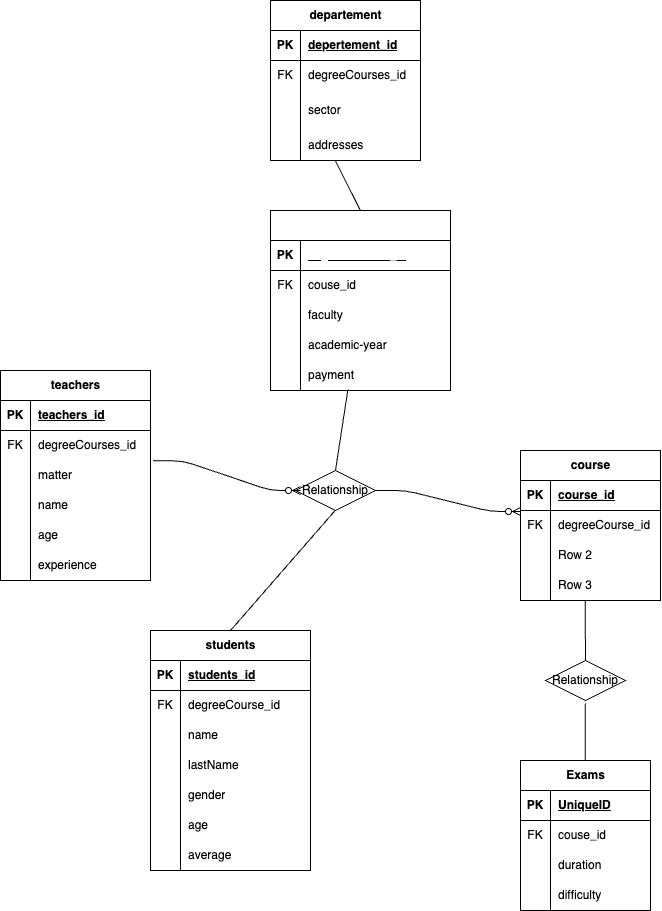
Above: schema.png in CristianBuonocore02/db-university (draw.io), before the change. Source tidied: cells renumbered, new cells last; positions are measured from the earlier drawing's top-left corner, leaving out a move shared by most shapes.
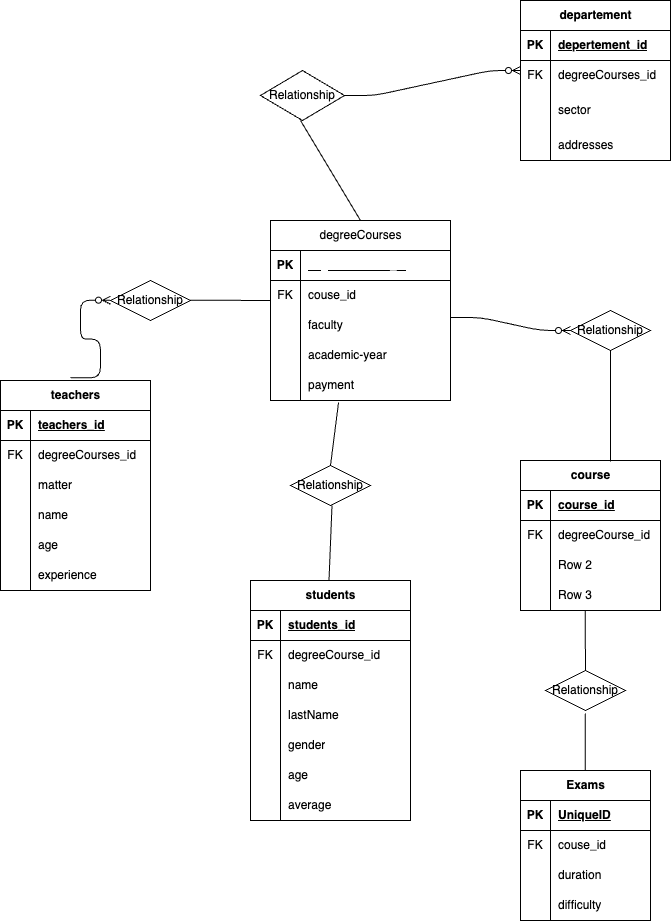
After the commit.

Commit message:
Update database schema image

The edit, as a diff of the source:
```diff
@@ -42,7 +42,7 @@
       <mxGeometry x="30" width="100" height="30" as="geometry" />
     </mxCell>
     <mxCell id="15" value="departement" style="shape=table;startSize=30;rowLines=0;fontStyle=1;align=center;html=1;" parent="1" vertex="1">
-      <mxGeometry x="270" width="150" height="160" as="geometry" />
+      <mxGeometry x="520" y="-10" width="150" height="160" as="geometry" />
     </mxCell>
     <mxCell id="16" style="shape=tableRow;horizontal=0;startSize=0;swimlaneHead=0;swimlaneBody=0;fillColor=none;top=0;left=0;right=0;bottom=1;" parent="15" vertex="1">
       <mxGeometry y="30" width="150" height="30" as="geometry" />
@@ -119,7 +119,7 @@
     <mxCell id="40" value="Row 3" style="shape=partialRectangle;fillColor=none;top=0;left=0;bottom=0;right=0;align=left;spacingLeft=6;overflow=hidden;whiteSpace=wrap;html=1;" parent="38" vertex="1">
       <mxGeometry x="30" width="110" height="30" as="geometry" />
     </mxCell>
-    <mxCell id="41" value="&lt;span style=&quot;text-align: left; text-wrap: wrap; font-weight: normal;&quot;&gt;&lt;font style=&quot;color: light-dark(rgb(255, 255, 255), rgb(255, 255, 255));&quot;&gt;degreeCourses&lt;/font&gt;&lt;/span&gt;" style="shape=table;startSize=30;rowLines=0;fontStyle=1;align=center;html=1;" parent="1" vertex="1">
+    <mxCell id="41" value="&lt;div style=&quot;text-align: left;&quot;&gt;&lt;span style=&quot;background-color: transparent; font-weight: 400; text-wrap: wrap;&quot;&gt;degreeCourses&lt;/span&gt;&lt;/div&gt;" style="shape=table;startSize=30;rowLines=0;fontStyle=1;align=center;html=1;" parent="1" vertex="1">
       <mxGeometry x="270" y="210" width="180" height="180" as="geometry" />
     </mxCell>
     <mxCell id="42" style="shape=tableRow;horizontal=0;startSize=0;swimlaneHead=0;swimlaneBody=0;fillColor=none;top=0;left=0;right=0;bottom=1;" parent="41" vertex="1">
@@ -225,7 +225,7 @@
       <mxGeometry x="30" width="120" height="30" as="geometry" />
     </mxCell>
     <mxCell id="76" value="students" style="shape=table;startSize=30;rowLines=0;fontStyle=1;align=center;html=1;" parent="1" vertex="1">
-      <mxGeometry x="150" y="630" width="160" height="240" as="geometry" />
+      <mxGeometry x="250" y="570" width="160" height="240" as="geometry" />
     </mxCell>
     <mxCell id="77" style="shape=tableRow;horizontal=0;startSize=0;swimlaneHead=0;swimlaneBody=0;fillColor=none;top=0;left=0;right=0;bottom=1;" parent="76" vertex="1">
       <mxGeometry y="30" width="160" height="30" as="geometry" />
@@ -291,32 +291,19 @@
       <mxGeometry x="30" width="130" height="30" as="geometry" />
     </mxCell>
     <mxCell id="98" value="Relationship" style="shape=rhombus;perimeter=rhombusPerimeter;whiteSpace=wrap;html=1;align=center;" parent="1" vertex="1">
-      <mxGeometry x="295" y="470" width="80" height="40" as="geometry" />
+      <mxGeometry x="110" y="270" width="80" height="40" as="geometry" />
     </mxCell>
     <mxCell id="99" value="Relationship" style="shape=rhombus;perimeter=rhombusPerimeter;whiteSpace=wrap;html=1;align=center;" parent="1" vertex="1">
       <mxGeometry x="545" y="660" width="80" height="40" as="geometry" />
     </mxCell>
-    <mxCell id="100" style="edgeStyle=entityRelationEdgeStyle;fontSize=12;html=1;endArrow=ERzeroToMany;endFill=1;exitX=1.017;exitY=0.011;exitDx=0;exitDy=0;exitPerimeter=0;" parent="1" edge="1" source="64">
+    <mxCell id="100" style="edgeStyle=entityRelationEdgeStyle;fontSize=12;html=1;endArrow=ERzeroToMany;endFill=1;exitX=0.466;exitY=-0.013;exitDx=0;exitDy=0;exitPerimeter=0;" parent="1" edge="1" source="57">
       <mxGeometry relative="1" as="geometry">
-        <mxPoint x="300" y="490" as="targetPoint" />
+        <mxPoint x="110" y="289.7" as="targetPoint" />
       </mxGeometry>
     </mxCell>
-    <mxCell id="101" style="edgeStyle=entityRelationEdgeStyle;fontSize=12;html=1;endArrow=ERzeroToMany;endFill=1;exitX=1;exitY=0.5;exitDx=0;exitDy=0;" parent="1" edge="1" source="98">
-      <mxGeometry relative="1" as="geometry">
-        <mxPoint x="520" y="511" as="targetPoint" />
-      </mxGeometry>
-    </mxCell>
-    <mxCell id="102" style="endArrow=none;html=1;rounded=0;entryX=0.5;entryY=0;entryDx=0;entryDy=0;exitX=0.43;exitY=0.966;exitDx=0;exitDy=0;exitPerimeter=0;" parent="1" edge="1" source="54" target="98">
-      <mxGeometry relative="1" as="geometry" />
-    </mxCell>
-    <mxCell id="103" style="endArrow=none;html=1;rounded=0;entryX=0.5;entryY=0;entryDx=0;entryDy=0;exitX=0.498;exitY=1.092;exitDx=0;exitDy=0;exitPerimeter=0;" parent="1" edge="1" target="76">
-      <mxGeometry relative="1" as="geometry">
-        <mxPoint x="334.7" y="510" as="sourcePoint" />
-      </mxGeometry>
-    </mxCell>
-    <mxCell id="104" style="endArrow=none;html=1;rounded=0;entryX=0.5;entryY=0;entryDx=0;entryDy=0;exitX=0.498;exitY=1.092;exitDx=0;exitDy=0;exitPerimeter=0;" parent="1" edge="1" target="41">
+    <mxCell id="104" style="endArrow=none;html=1;rounded=0;entryX=0.5;entryY=0;entryDx=0;entryDy=0;" parent="1" edge="1" target="41">
       <mxGeometry relative="1" as="geometry">
-        <mxPoint x="334.7" y="160" as="sourcePoint" />
+        <mxPoint x="300" y="110" as="sourcePoint" />
       </mxGeometry>
     </mxCell>
     <mxCell id="105" style="endArrow=none;html=1;rounded=0;entryX=0.5;entryY=0;entryDx=0;entryDy=0;exitX=0.498;exitY=1.092;exitDx=0;exitDy=0;exitPerimeter=0;" parent="1" edge="1" target="99">
@@ -330,5 +317,42 @@
         <mxPoint x="584.7" y="760" as="targetPoint" />
       </mxGeometry>
     </mxCell>
+    <mxCell id="107" style="endArrow=none;html=1;rounded=0;" parent="1" edge="1">
+      <mxGeometry relative="1" as="geometry">
+        <mxPoint x="190" y="289.7" as="sourcePoint" />
+        <mxPoint x="270" y="290" as="targetPoint" />
+      </mxGeometry>
+    </mxCell>
+    <mxCell id="108" value="Relationship" style="shape=rhombus;perimeter=rhombusPerimeter;whiteSpace=wrap;html=1;align=center;" parent="1" vertex="1">
+      <mxGeometry x="290" y="455" width="80" height="40" as="geometry" />
+    </mxCell>
+    <mxCell id="109" style="endArrow=none;html=1;rounded=0;" parent="1" edge="1">
+      <mxGeometry relative="1" as="geometry">
+        <mxPoint x="331.5" y="495" as="sourcePoint" />
+        <mxPoint x="328.5" y="570" as="targetPoint" />
+      </mxGeometry>
+    </mxCell>
+    <mxCell id="110" value="Relationship" style="shape=rhombus;perimeter=rhombusPerimeter;whiteSpace=wrap;html=1;align=center;" parent="1" vertex="1">
+      <mxGeometry x="260" y="60" width="84" height="50" as="geometry" />
+    </mxCell>
+    <mxCell id="111" style="edgeStyle=entityRelationEdgeStyle;fontSize=12;html=1;endArrow=ERzeroToMany;endFill=1;exitX=1;exitY=0.5;exitDx=0;exitDy=0;" parent="1" edge="1" source="110">
+      <mxGeometry relative="1" as="geometry">
+        <mxPoint x="520" y="60" as="targetPoint" />
+      </mxGeometry>
+    </mxCell>
+    <mxCell id="112" style="endArrow=none;html=1;rounded=0;entryX=0.5;entryY=0;entryDx=0;entryDy=0;exitX=0.378;exitY=1.067;exitDx=0;exitDy=0;exitPerimeter=0;" parent="1" edge="1" source="54" target="108">
+      <mxGeometry relative="1" as="geometry" />
+    </mxCell>
+    <mxCell id="113" value="Relationship" style="shape=rhombus;perimeter=rhombusPerimeter;whiteSpace=wrap;html=1;align=center;" parent="1" vertex="1">
+      <mxGeometry x="570" y="300" width="80" height="40" as="geometry" />
+    </mxCell>
+    <mxCell id="114" style="edgeStyle=entityRelationEdgeStyle;fontSize=12;html=1;endArrow=ERzeroToMany;endFill=1;exitX=1;exitY=0.233;exitDx=0;exitDy=0;exitPerimeter=0;" parent="1" edge="1" source="48">
+      <mxGeometry relative="1" as="geometry">
+        <mxPoint x="570" y="320" as="targetPoint" />
+      </mxGeometry>
+    </mxCell>
+    <mxCell id="115" style="endArrow=none;html=1;rounded=0;entryX=0.5;entryY=1;entryDx=0;entryDy=0;exitX=0.643;exitY=0.007;exitDx=0;exitDy=0;exitPerimeter=0;" parent="1" edge="1" source="28" target="113">
+      <mxGeometry relative="1" as="geometry" />
+    </mxCell>
   </root>
 </mxGraphModel>
```
